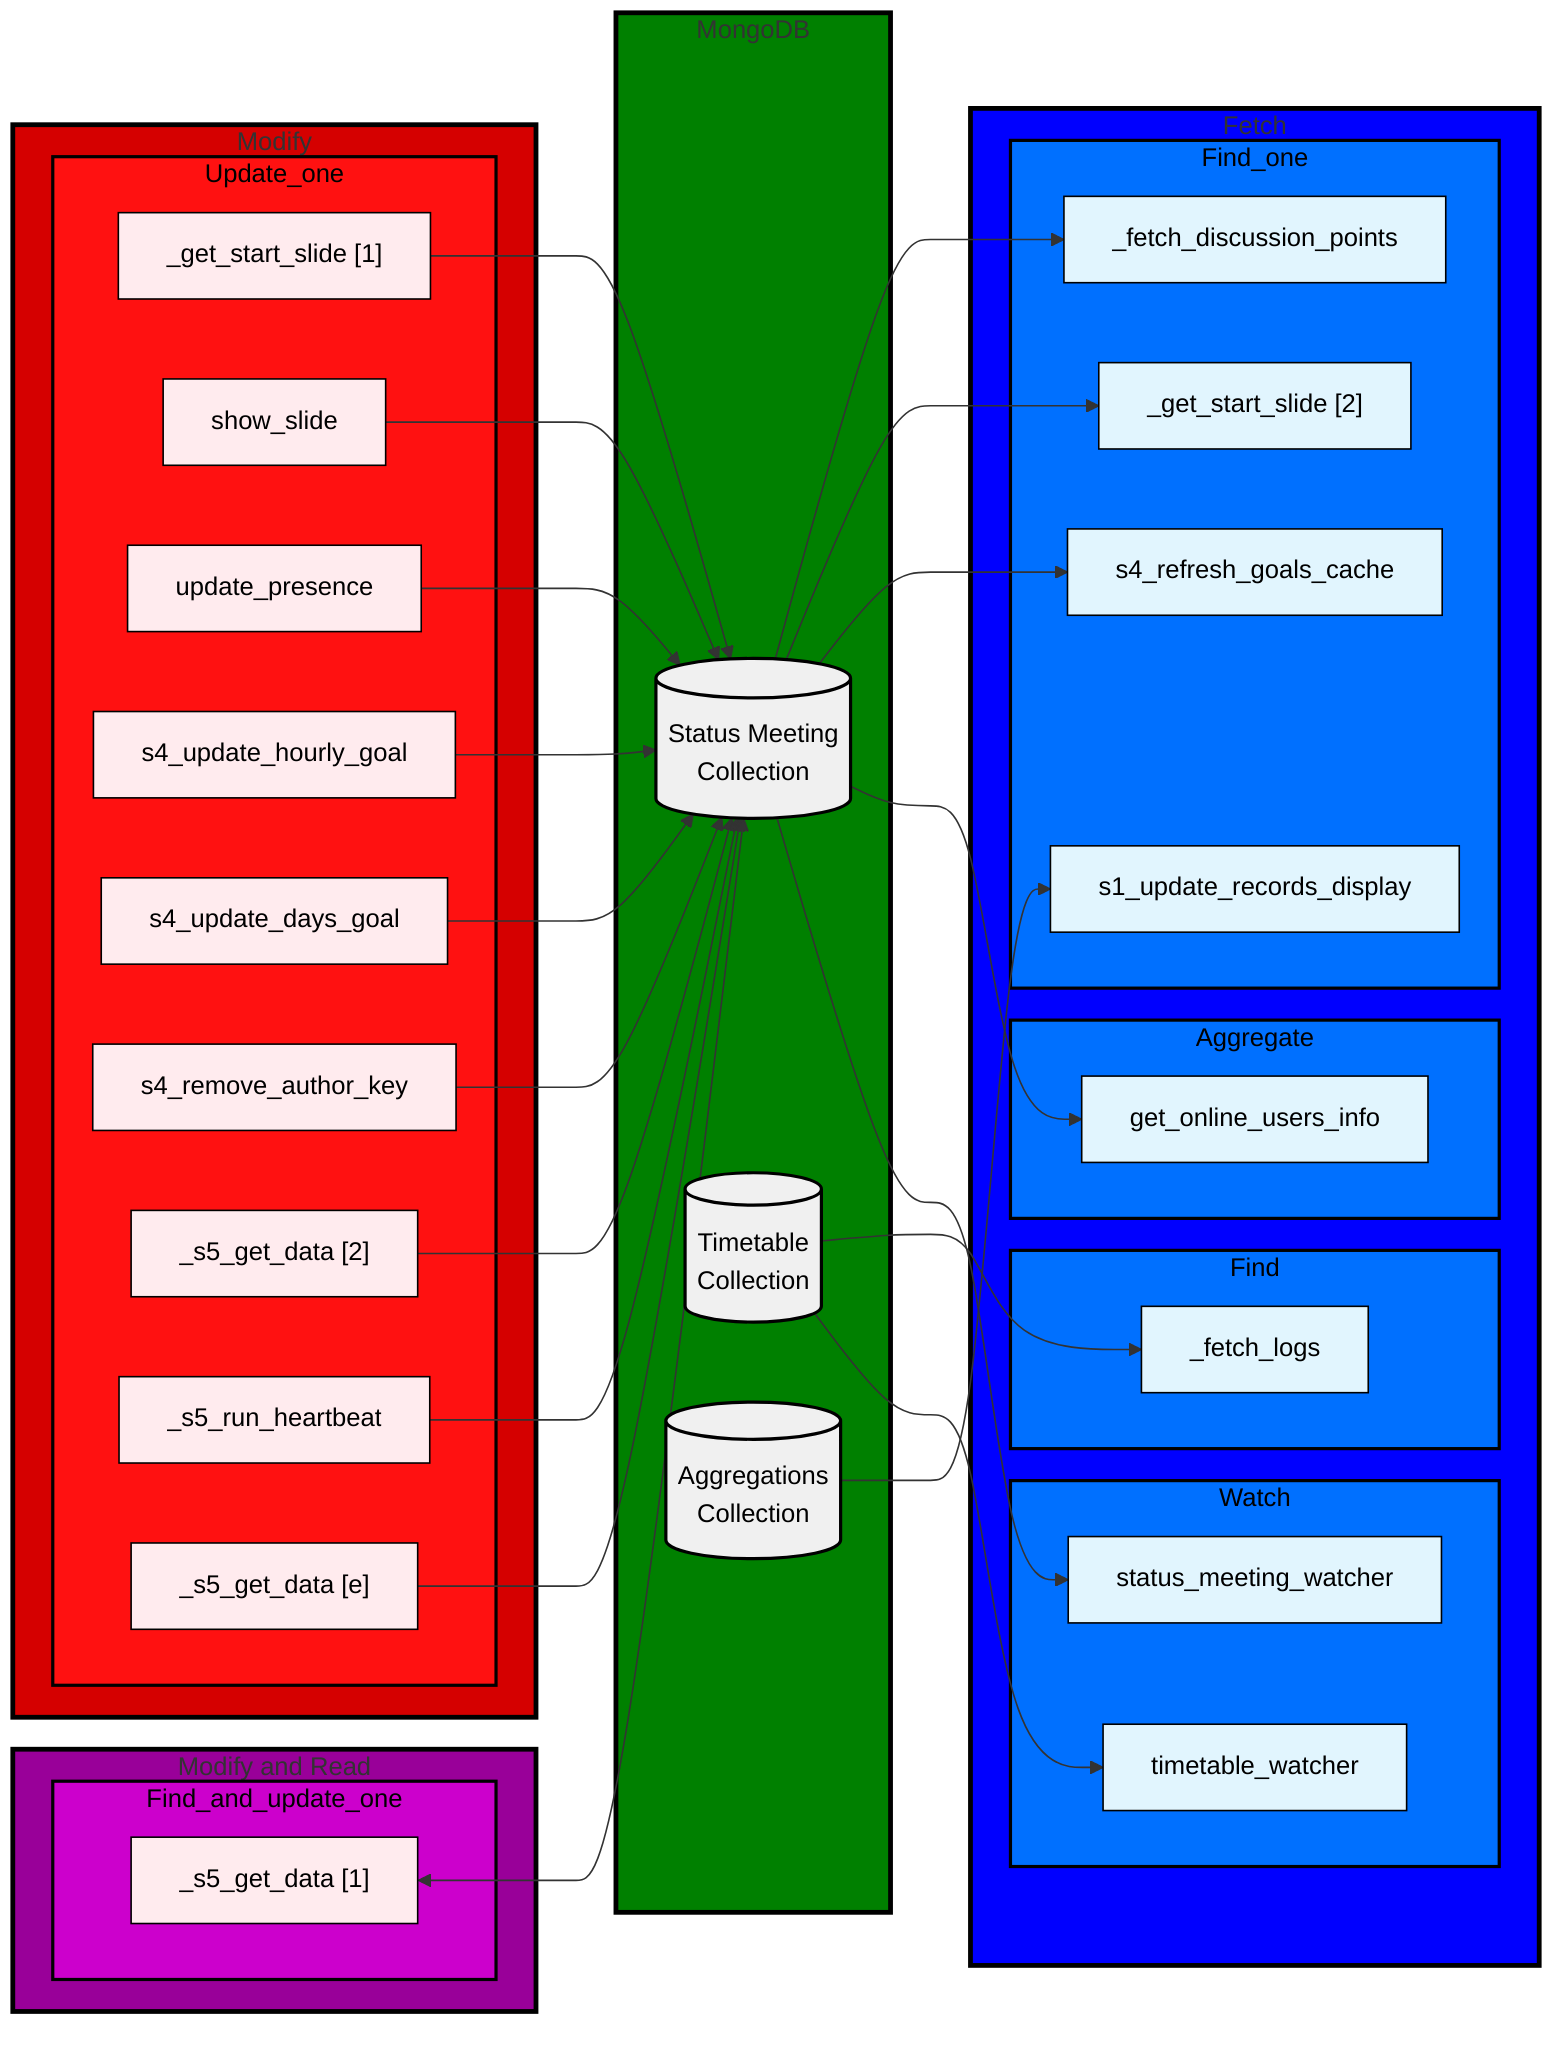
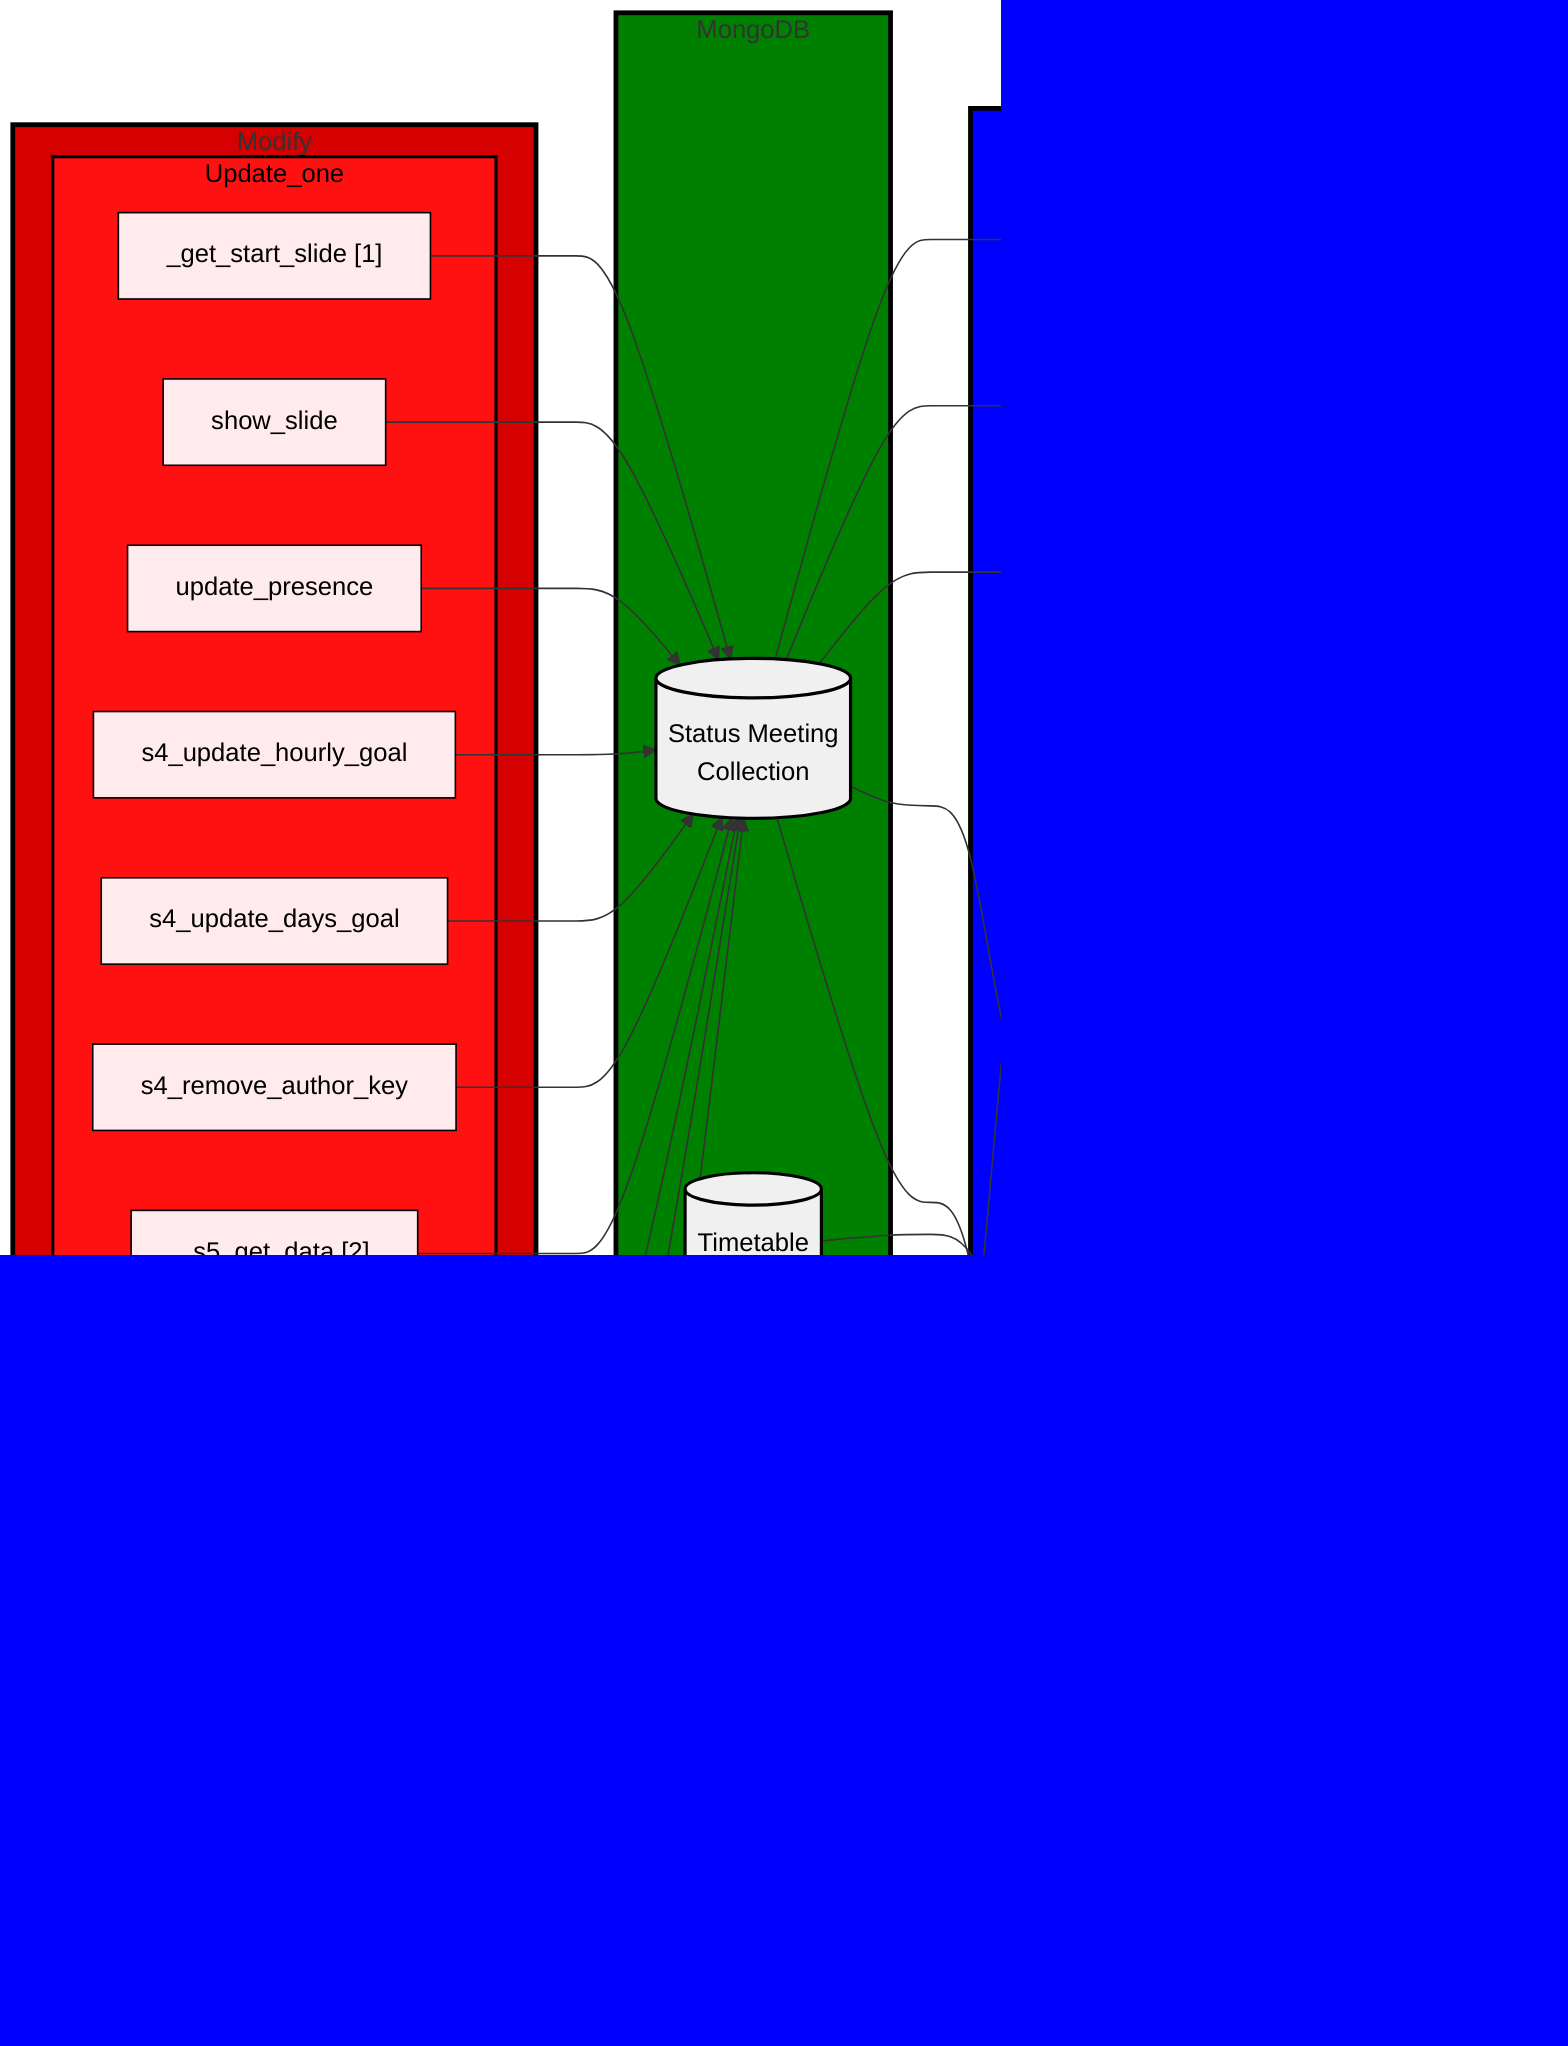
flowchart LR
    subgraph DBs["MongoDB"]
            DB_STATUS[("Status Meeting<br>Collection")]
            DB_TIME[("Timetable<br>Collection")]
            DB_AGG[("Aggregations<br>Collection")]
        end
    subgraph Modify["Modify"]
        UpdateOne["Update_one"]
    end
    subgraph ModifyAndRead["Modify and Read"]
        FindAndUpdateOne["Find_and_update_one"]
    end
    subgraph UpdateOne["Update_one"]
            Uo1["_get_start_slide [1]"]
            Uo2["show_slide"]
            Uo3["update_presence"]
            Uo4["s4_update_hourly_goal"]
            Uo5["s4_update_days_goal"]
            Uo6["s4_remove_author_key"]
            Uo7["_s5_get_data [2]"]
            Uo8["_s5_run_heartbeat"]
            Uo9["_s5_get_data [e]"]
        end
    subgraph FindAndUpdateOne["Find_and_update_one"]
        Fauo1["_s5_get_data [1]"]
    end
    subgraph Reads["Fetch"]
            FindOne["Find_one"]
            Aggregate["Aggregate"]
            Find["Find"]
            Watch["WatchersNodes"]
        end
    subgraph Watch["Watch"]
            W1["status_meeting_watcher"]
            W2["timetable_watcher"]
        end
    subgraph FindOne["Find_one"]
            Fo1["_fetch_discussion_points"]
            Fo2["_get_start_slide [2]"]
            Fo3["s1_update_records_display"]
-             Fo4["s4_refresh_goals_cache"]
+             Fo4["s4_fetch_goals"]
        end
    subgraph Find["Find"]
            F1["_fetch_logs"]
        end
    subgraph Aggregate["Aggregate"]
-             A1["get_online_users_info"]
+             A1["fetch_online_users_info"]
        end

    Uo1 & Uo2 & Uo3 & Uo4 & Uo5 & Uo6 & Uo7 & Uo8 & Uo9 --> DB_STATUS
    DB_STATUS --> Fo1 & Fo2 & Fo4 & A1 & W1
    DB_TIME --> F1 & W2
    DB_AGG --> Fo3
    Fauo1 <--> DB_STATUS

    style Modify stroke:#000000,fill:#D50000,stroke-width:3px
    style DBs stroke:#000000,fill:#008000,stroke-width:3px
    style Reads stroke:#000000,fill:#0000FF,stroke-width:3px
    style ModifyAndRead stroke:#000000,fill:#990099,stroke-width:3px

    classDef sub_write fill:#FF1111,stroke:#000000,color:black, stroke-width:2px
    classDef sub_write_read fill:#CC00CC,stroke:#000000,color:black, stroke-width:2px
    classDef sub_read fill:#0070FF,stroke:#000000,color:black, stroke-width:2px

    class UpdateOne sub_write
    class FindAndUpdateOne sub_write_read
    class FindOne,Watch,Aggregate,Find sub_read
    %% def node classes %%
    classDef db fill:#f0f0f0,stroke:#000000,stroke-width:2px,color:black
    classDef write fill:#ffebee,stroke:#000000,color:black
    classDef writeread fill:#ffebee,stroke:#000000,color:black
    classDef read fill:#e1f5fe,stroke:#000000,color:black

    %% Assign nodes classes %%
    class DB_STATUS,DB_TIME,DB_AGG db
    class Uo1,Uo2,Uo3,Uo4,Uo5,Uo6,Uo7,Uo8,Uo9 write
    class Fauo1 writeread
    class Fo1,Fo2,Fo3,Fo4,W1,W2,A1,F1 read
